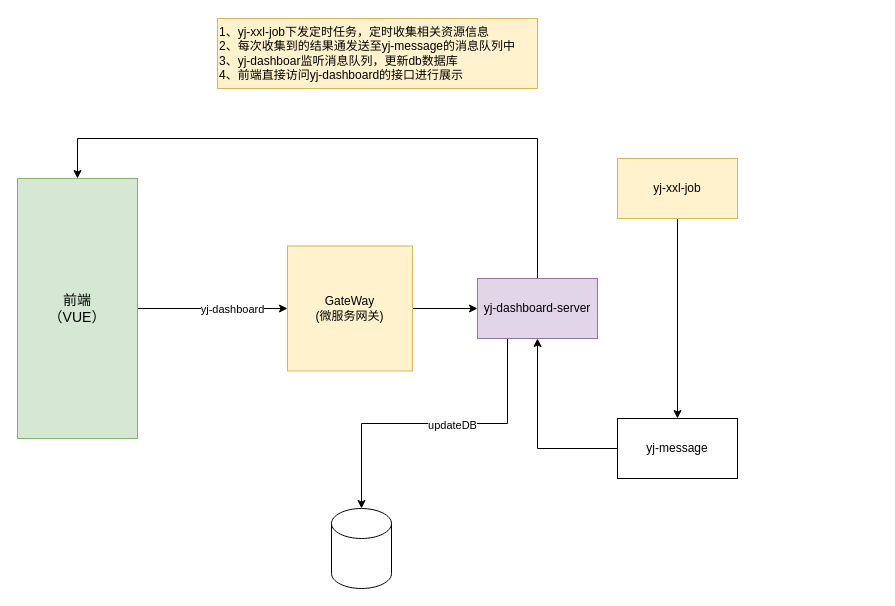
Before: Untitled Diagram.drawio in link-yuml/diagrams, a draw.io diagram. Source tidied: cells renumbered, new cells numbered last; positions are measured from the earlier drawing's top-left corner, leaving out a move shared by most shapes. Both pictures are drawn from the tidied source at 100%, with x=0, y=0 at pixel (17, 18).
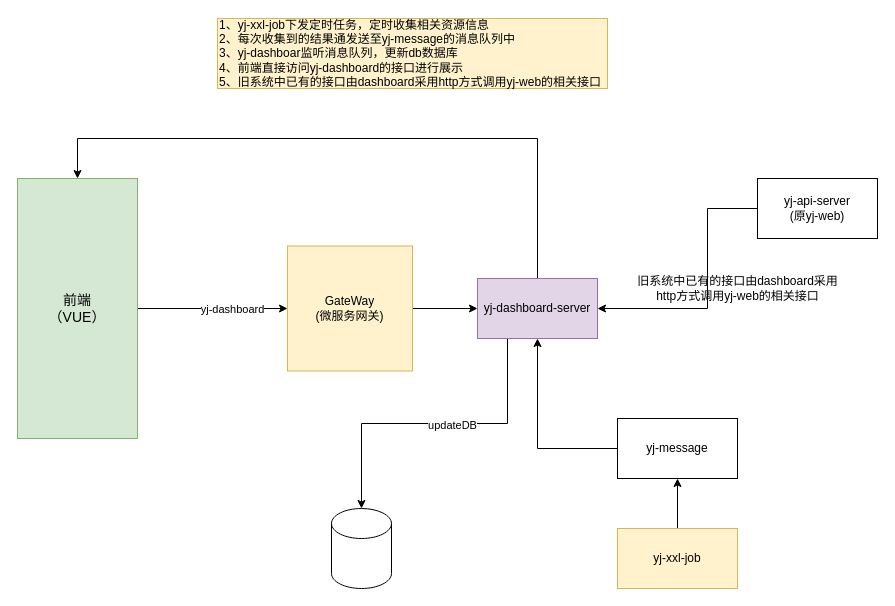
After the change.

Commit message:
新增与api-server结合的内容

The change refers to these unchanged cells:
```xml
<mxCell id="10" value="yj-dashboard-server" style="whiteSpace=wrap;html=1;fillColor=#e1d5e7;strokeColor=#9673a6;" parent="1" vertex="1">
  <mxGeometry x="460" y="260" width="120" height="60" as="geometry" />
</mxCell>
<mxCell id="14" value="yj-message" style="rounded=0;whiteSpace=wrap;html=1;" parent="1" vertex="1">
  <mxGeometry x="600" y="400" width="120" height="60" as="geometry" />
</mxCell>
```

Diff of the diagram source:
```diff
@@
-    <mxCell id="11" style="edgeStyle=orthogonalEdgeStyle;rounded=0;jettySize=auto;html=1;entryX=0.5;entryY=0;entryDx=0;entryDy=0;" parent="1" edge="1" source="12" target="14">
+    <mxCell id="11" style="edgeStyle=orthogonalEdgeStyle;rounded=0;jettySize=auto;html=1;" parent="1" edge="1" source="12" target="14">
       <mxGeometry relative="1" as="geometry" />
     </mxCell>
     <mxCell id="12" value="yj-xxl-job" style="rounded=0;whiteSpace=wrap;html=1;fillColor=#fff2cc;strokeColor=#d6b656;" parent="1" vertex="1">
-      <mxGeometry x="600" y="140" width="120" height="60" as="geometry" />
+      <mxGeometry x="600" y="510" width="120" height="60" as="geometry" />
     </mxCell>
@@
-    <mxCell id="16" value="&lt;font style=&quot;font-size: 12px&quot;&gt;1、yj-xxl-job下发定时任务，定时收集相关资源信息&lt;br&gt;2、每次收集到的结果通发送至yj-message的消息队列中&lt;br&gt;3、yj-dashboar监听消息队列，更新db数据库&lt;br&gt;4、前端直接访问yj-dashboard的接口进行展示&lt;/font&gt;" style="text;html=1;strokeColor=#d6b656;fillColor=#fff2cc;align=left;verticalAlign=middle;whiteSpace=wrap;rounded=0;" parent="1" vertex="1">
-      <mxGeometry x="200" width="320" height="70" as="geometry" />
+    <mxCell id="16" value="&lt;font style=&quot;font-size: 12px&quot;&gt;1、yj-xxl-job下发定时任务，定时收集相关资源信息&lt;br&gt;2、每次收集到的结果通发送至yj-message的消息队列中&lt;br&gt;3、yj-dashboar监听消息队列，更新db数据库&lt;br&gt;4、前端直接访问yj-dashboard的接口进行展示&lt;br&gt;5、&lt;span style=&quot;text-align: center&quot;&gt;旧系统中已有的接口由dashboard采用&lt;/span&gt;&lt;span style=&quot;text-align: center&quot;&gt;http方式调用yj-web的相关接口&lt;/span&gt;&lt;br&gt;&lt;/font&gt;" style="text;html=1;strokeColor=#d6b656;fillColor=#fff2cc;align=left;verticalAlign=middle;whiteSpace=wrap;rounded=0;" parent="1" vertex="1">
+      <mxGeometry x="200" width="390" height="70" as="geometry" />
     </mxCell>
+    <mxCell id="17" style="edgeStyle=orthogonalEdgeStyle;rounded=0;jettySize=auto;html=1;entryX=1;entryY=0.5;entryDx=0;entryDy=0;" parent="1" edge="1" source="18" target="10">
+      <mxGeometry relative="1" as="geometry">
+        <Array as="points">
+          <mxPoint x="690" y="190" />
+          <mxPoint x="690" y="290" />
+        </Array>
+      </mxGeometry>
+    </mxCell>
+    <mxCell id="18" value="yj-api-server&lt;br&gt;(原yj-web)" style="rounded=0;whiteSpace=wrap;html=1;" parent="1" vertex="1">
+      <mxGeometry x="740" y="160" width="120" height="60" as="geometry" />
+    </mxCell>
+    <mxCell id="19" value="旧系统中已有的接口由dashboard采用&lt;br&gt;http方式调用yj-web的相关接口" style="text;html=1;align=center;verticalAlign=middle;" parent="1" vertex="1">
+      <mxGeometry x="610" y="255" width="220" height="30" as="geometry" />
+    </mxCell>
```
